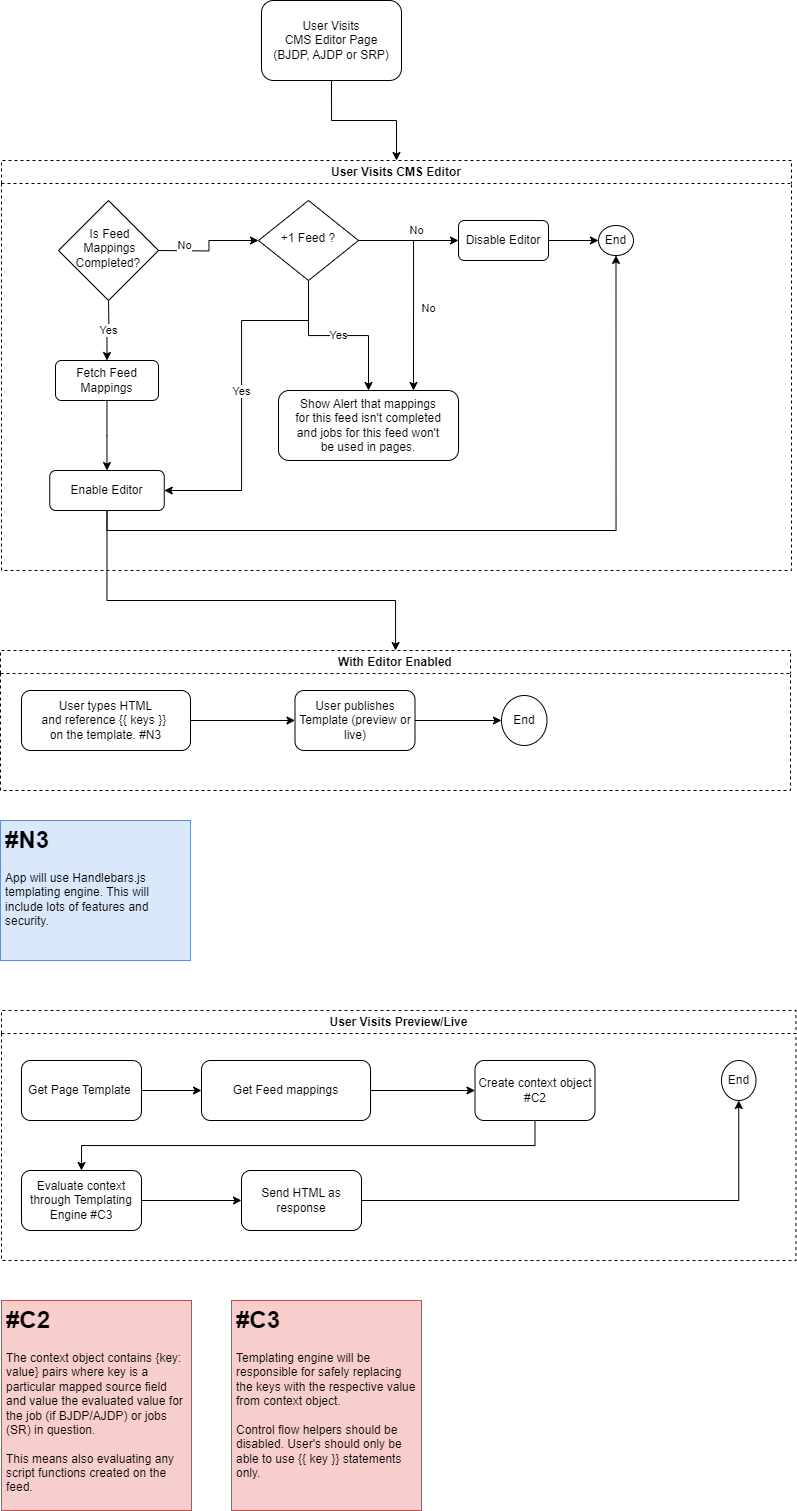
The draw.io diagram Edit Template Process.png in j-000/drawio, before a commit. Source tidied: cells renumbered, new cells last; positions are measured from the earlier drawing's top-left corner, leaving out a move shared by most shapes.
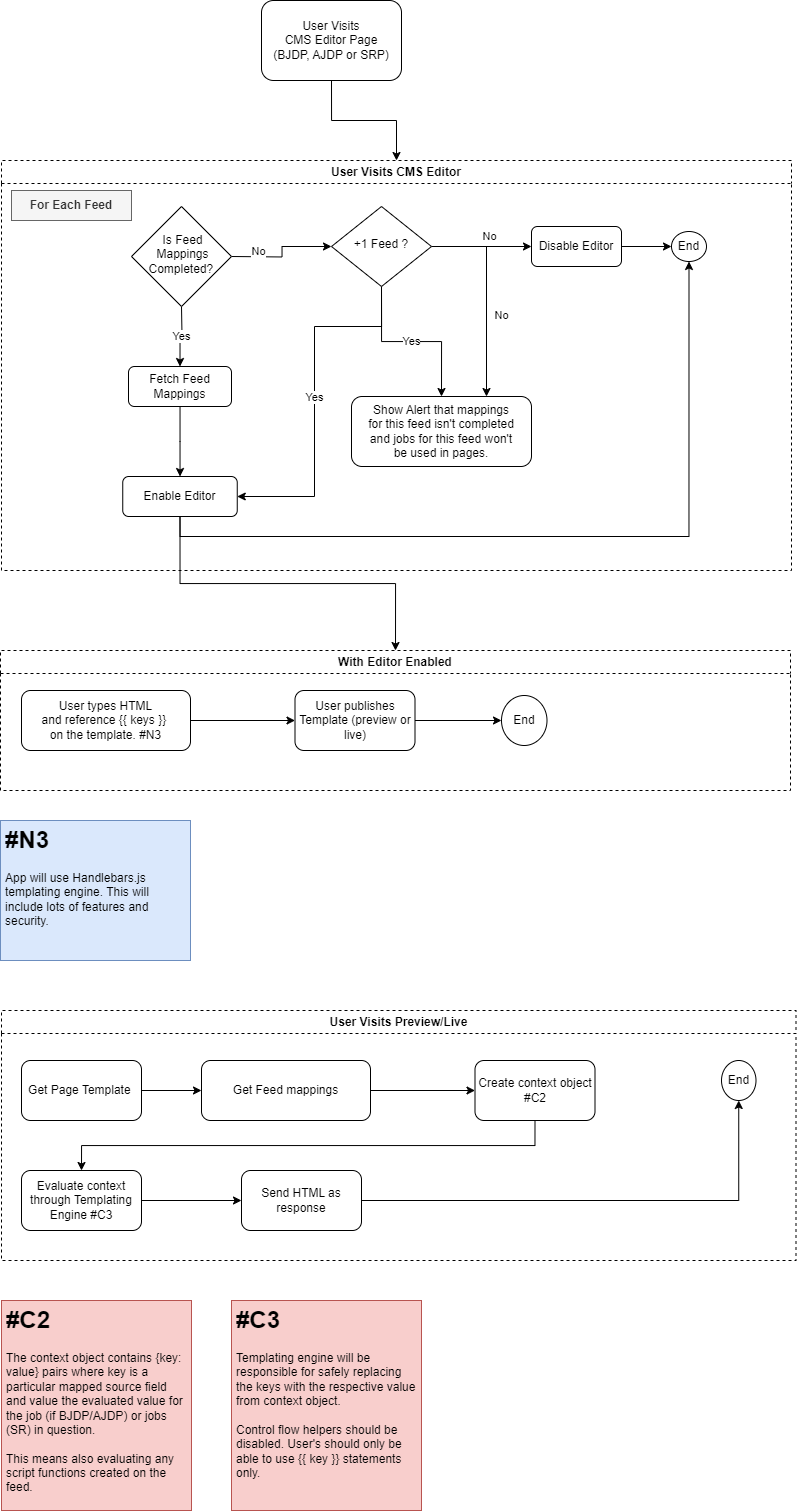
Above is the later version.

Diff of the diagram source:
```diff
@@ -13,29 +13,29 @@
     </mxCell>
     <mxCell id="5" value="No" style="edgeStyle=orthogonalEdgeStyle;rounded=0;jettySize=auto;html=1;exitX=1;exitY=0.5;exitDx=0;exitDy=0;entryX=0;entryY=0.5;entryDx=0;entryDy=0;" parent="4" edge="1" target="16">
       <mxGeometry x="0.09" y="14" relative="1" as="geometry">
-        <mxPoint x="157" y="90" as="sourcePoint" />
+        <mxPoint x="230" y="96" as="sourcePoint" />
         <mxPoint x="-10" y="4" as="offset" />
       </mxGeometry>
     </mxCell>
     <mxCell id="6" value="Yes" style="edgeStyle=orthogonalEdgeStyle;rounded=0;jettySize=auto;html=1;exitX=0.5;exitY=1;exitDx=0;exitDy=0;entryX=0.5;entryY=0;entryDx=0;entryDy=0;" parent="4" edge="1" target="9">
       <mxGeometry relative="1" as="geometry">
-        <mxPoint x="107" y="140" as="sourcePoint" />
+        <mxPoint x="180" y="146" as="sourcePoint" />
       </mxGeometry>
     </mxCell>
     <mxCell id="7" value="Is Feed Mappings Completed?&amp;nbsp;" style="rhombus;whiteSpace=wrap;html=1;shadow=0;fontFamily=Helvetica;fontSize=12;align=center;strokeWidth=1;spacing=22;spacingTop=-4;spacingLeft=3;" parent="4" vertex="1">
-      <mxGeometry x="57" y="40" width="100" height="100" as="geometry" />
+      <mxGeometry x="130" y="46" width="100" height="100" as="geometry" />
     </mxCell>
     <mxCell id="8" style="edgeStyle=orthogonalEdgeStyle;rounded=0;jettySize=auto;html=1;" parent="4" edge="1" source="9" target="20">
       <mxGeometry relative="1" as="geometry" />
     </mxCell>
     <mxCell id="9" value="Fetch Feed Mappings" style="rounded=1;whiteSpace=wrap;html=1;fontSize=12;glass=0;strokeWidth=1;shadow=0;" parent="4" vertex="1">
-      <mxGeometry x="54" y="200" width="103" height="40" as="geometry" />
+      <mxGeometry x="127" y="206" width="103" height="40" as="geometry" />
     </mxCell>
     <mxCell id="10" style="edgeStyle=orthogonalEdgeStyle;rounded=0;jettySize=auto;html=1;" parent="4" edge="1" source="11" target="18">
       <mxGeometry relative="1" as="geometry" />
     </mxCell>
     <mxCell id="11" value="Disable Editor" style="rounded=1;whiteSpace=wrap;html=1;fontSize=12;glass=0;strokeWidth=1;shadow=0;" parent="4" vertex="1">
-      <mxGeometry x="457" y="60" width="90" height="40" as="geometry" />
+      <mxGeometry x="530" y="66" width="90" height="40" as="geometry" />
     </mxCell>
     <mxCell id="12" value="No" style="edgeStyle=orthogonalEdgeStyle;rounded=0;jettySize=auto;html=1;exitX=1;exitY=0.5;exitDx=0;exitDy=0;entryX=0;entryY=0.5;entryDx=0;entryDy=0;" parent="4" edge="1" source="16" target="11">
       <mxGeometry x="0.14" y="10" relative="1" as="geometry" />
@@ -49,27 +49,30 @@
     <mxCell id="15" value="Yes" style="edgeStyle=orthogonalEdgeStyle;rounded=0;jettySize=auto;html=1;exitX=0.5;exitY=1;exitDx=0;exitDy=0;entryX=1;entryY=0.5;entryDx=0;entryDy=0;" parent="4" edge="1" source="16" target="20">
       <mxGeometry relative="1" as="geometry">
         <Array as="points">
-          <mxPoint x="307" y="160" />
-          <mxPoint x="240" y="160" />
-          <mxPoint x="240" y="330" />
+          <mxPoint x="380" y="166" />
+          <mxPoint x="313" y="166" />
+          <mxPoint x="313" y="336" />
         </Array>
       </mxGeometry>
     </mxCell>
     <mxCell id="16" value="+1 Feed ?" style="rhombus;whiteSpace=wrap;html=1;shadow=0;fontFamily=Helvetica;fontSize=12;align=center;strokeWidth=1;spacing=6;spacingTop=-4;" parent="4" vertex="1">
-      <mxGeometry x="257" y="40" width="100" height="80" as="geometry" />
+      <mxGeometry x="330" y="46" width="100" height="80" as="geometry" />
     </mxCell>
     <mxCell id="17" value="Show Alert that mappings for this feed isn't completed and jobs for this feed won't be used in pages." style="rounded=1;whiteSpace=wrap;html=1;fontSize=12;glass=0;strokeWidth=1;shadow=0;spacing=16;labelBackgroundColor=none;" parent="4" vertex="1">
-      <mxGeometry x="277" y="230" width="180" height="70" as="geometry" />
+      <mxGeometry x="350" y="236" width="180" height="70" as="geometry" />
     </mxCell>
     <mxCell id="18" value="End" style="ellipse;whiteSpace=wrap;html=1;rounded=1;glass=0;strokeWidth=1;shadow=0;" parent="4" vertex="1">
-      <mxGeometry x="597" y="65" width="35" height="30" as="geometry" />
+      <mxGeometry x="670" y="71" width="35" height="30" as="geometry" />
     </mxCell>
     <mxCell id="19" style="edgeStyle=orthogonalEdgeStyle;rounded=0;jettySize=auto;html=1;exitX=0.5;exitY=1;exitDx=0;exitDy=0;entryX=0.5;entryY=1;entryDx=0;entryDy=0;" parent="4" edge="1" source="20" target="18">
       <mxGeometry relative="1" as="geometry" />
     </mxCell>
     <mxCell id="20" value="Enable Editor" style="whiteSpace=wrap;html=1;rounded=1;glass=0;strokeWidth=1;shadow=0;" parent="4" vertex="1">
-      <mxGeometry x="48.2" y="310" width="114.5" height="40" as="geometry" />
+      <mxGeometry x="121.2" y="316" width="114.5" height="40" as="geometry" />
     </mxCell>
+    <mxCell id="43" value="&lt;b&gt;For Each Feed&lt;/b&gt;" style="text;html=1;strokeColor=#666666;fillColor=#f5f5f5;align=center;verticalAlign=middle;whiteSpace=wrap;rounded=0;fontColor=#333333;" parent="4" vertex="1">
+      <mxGeometry x="10" y="30" width="120" height="30" as="geometry" />
+    </mxCell>
     <mxCell id="21" value="With Editor Enabled" style="swimlane;whiteSpace=wrap;html=1;dashed=1;" parent="1" vertex="1">
       <mxGeometry y="650" width="790" height="140" as="geometry" />
     </mxCell>
@@ -88,14 +91,6 @@
     <mxCell id="26" value="End" style="ellipse;whiteSpace=wrap;html=1;rounded=1;glass=0;strokeWidth=1;shadow=0;" parent="21" vertex="1">
       <mxGeometry x="501" y="45" width="45.5" height="50" as="geometry" />
     </mxCell>
-    <mxCell id="27" style="edgeStyle=orthogonalEdgeStyle;rounded=0;jettySize=auto;html=1;exitX=0.5;exitY=1;exitDx=0;exitDy=0;" parent="1" edge="1" source="20" target="21">
-      <mxGeometry relative="1" as="geometry">
-        <Array as="points">
-          <mxPoint x="107" y="600" />
-          <mxPoint x="395" y="600" />
-        </Array>
-      </mxGeometry>
-    </mxCell>
     <mxCell id="28" value="&lt;h1&gt;&lt;span style=&quot;background-color: initial;&quot;&gt;#N3&lt;/span&gt;&lt;/h1&gt;&lt;p&gt;App will use Handlebars.js templating engine. This will include lots of features and security.&lt;/p&gt;" style="text;html=1;strokeColor=#6c8ebf;fillColor=#dae8fc;spacing=5;spacingTop=-20;whiteSpace=wrap;overflow=hidden;rounded=0;" parent="1" vertex="1">
       <mxGeometry y="820" width="190" height="140" as="geometry" />
     </mxCell>
@@ -141,5 +136,8 @@
     <mxCell id="42" value="&lt;h1&gt;#C3&lt;/h1&gt;&lt;div&gt;Templating engine will be responsible for safely replacing the keys with the respective value from context object.&amp;nbsp;&lt;/div&gt;&lt;div&gt;&lt;br&gt;&lt;/div&gt;&lt;div&gt;Control flow helpers should be disabled. User's should only be able to use {{ key }} statements only.&lt;/div&gt;" style="text;html=1;strokeColor=#b85450;fillColor=#f8cecc;spacing=5;spacingTop=-20;whiteSpace=wrap;overflow=hidden;rounded=0;" parent="1" vertex="1">
       <mxGeometry x="231" y="1300" width="190" height="210" as="geometry" />
     </mxCell>
+    <mxCell id="27" style="edgeStyle=orthogonalEdgeStyle;rounded=0;jettySize=auto;html=1;exitX=0.5;exitY=1;exitDx=0;exitDy=0;entryX=0.5;entryY=0;entryDx=0;entryDy=0;" parent="1" edge="1" source="20" target="21">
+      <mxGeometry relative="1" as="geometry" />
+    </mxCell>
   </root>
 </mxGraphModel>
```
